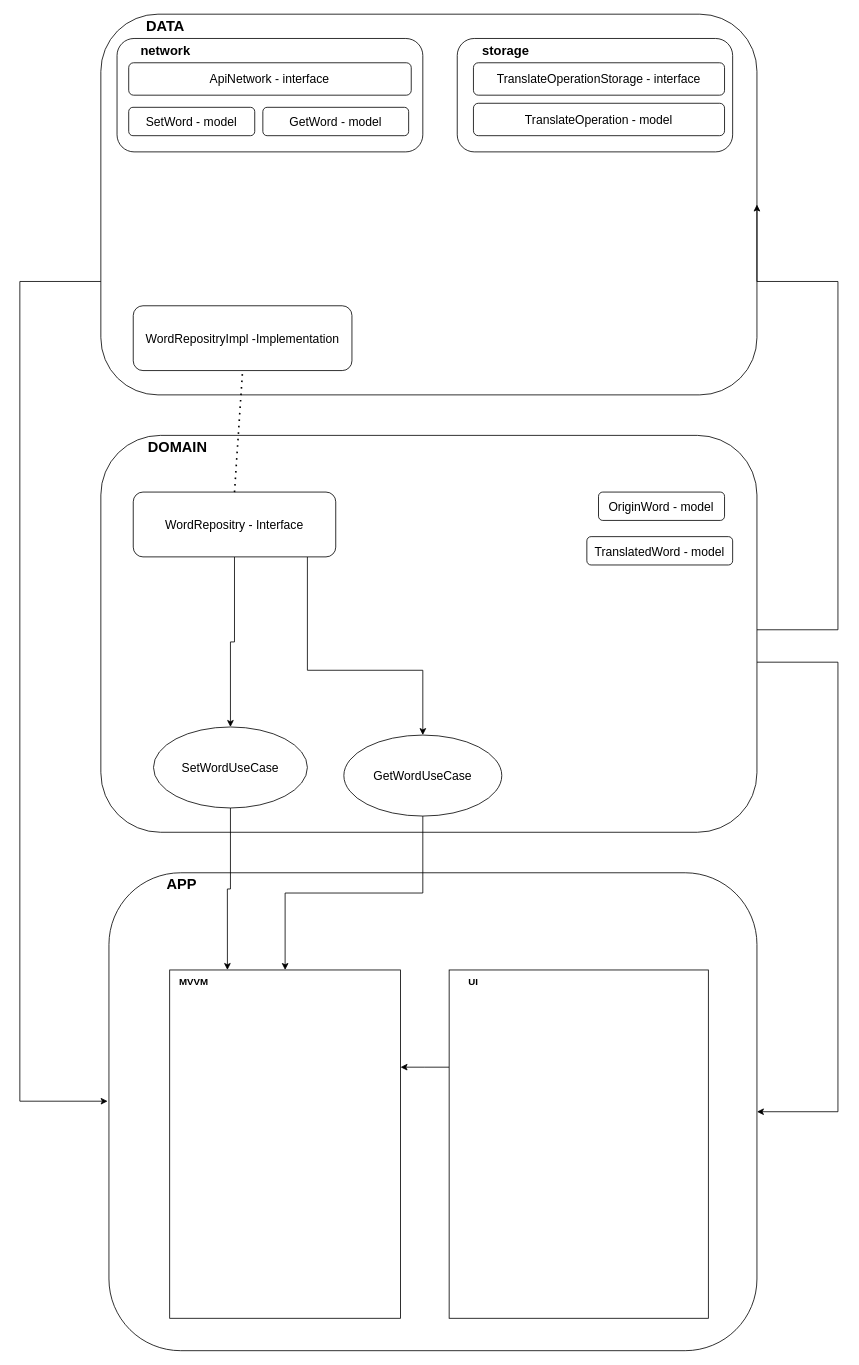
Above: architecture.drawio in borsalinho/translator (draw.io), before the change. Source tidied: cells renumbered, new cells numbered last; positions are measured from the earlier drawing's top-left corner, leaving out a move shared by most shapes. Both pictures are drawn from the tidied source at 81%, with x=0, y=0 at pixel (19, 14).
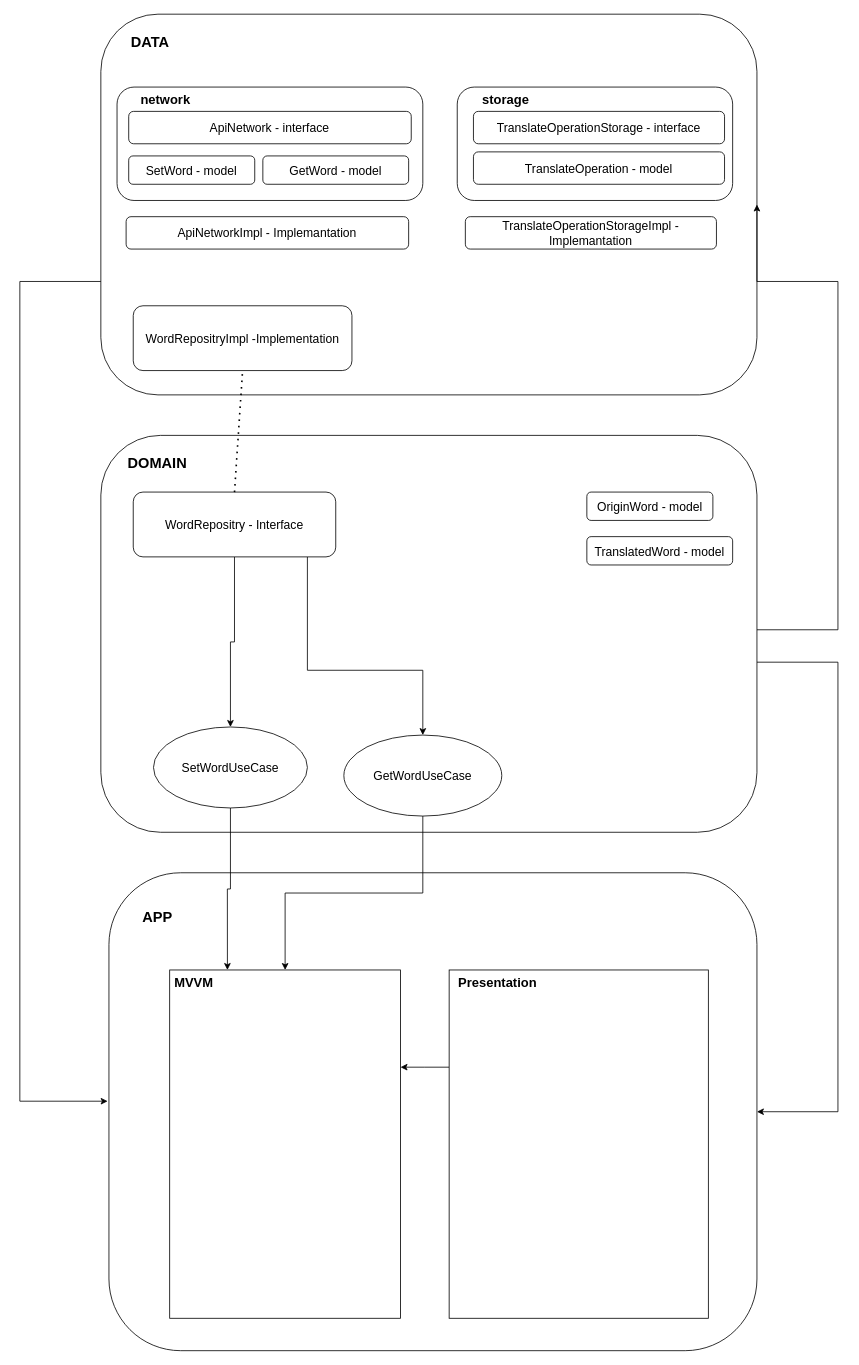
The same diagram, later.

What changed in the source:
```diff
@@
     <mxCell id="4" value="&lt;b style=&quot;font-size: 18px;&quot;&gt;DATA&lt;/b&gt;" style="text;html=1;align=center;verticalAlign=middle;whiteSpace=wrap;rounded=0;fontSize=18;" parent="1" vertex="1">
-      <mxGeometry x="150" width="60" height="30" as="geometry" />
+      <mxGeometry x="131.2" y="20" width="60" height="30" as="geometry" />
     </mxCell>
@@
     <mxCell id="8" value="&lt;b style=&quot;font-size: 18px;&quot;&gt;DOMAIN&lt;/b&gt;" style="text;html=1;align=center;verticalAlign=middle;whiteSpace=wrap;rounded=0;fontSize=18;" parent="1" vertex="1">
-      <mxGeometry x="165" y="520" width="60" height="30" as="geometry" />
+      <mxGeometry x="140" y="540" width="60" height="30" as="geometry" />
     </mxCell>
@@
     <mxCell id="10" value="&lt;b style=&quot;font-size: 18px;&quot;&gt;APP&lt;/b&gt;" style="text;html=1;align=center;verticalAlign=middle;whiteSpace=wrap;rounded=0;fontSize=18;" parent="1" vertex="1">
-      <mxGeometry x="170" y="1060" width="60" height="30" as="geometry" />
+      <mxGeometry x="140" y="1100" width="60" height="30" as="geometry" />
     </mxCell>
@@
-    <mxCell id="12" value="&lt;b&gt;MVVM&lt;/b&gt;" style="text;html=1;align=center;verticalAlign=middle;whiteSpace=wrap;rounded=0;" parent="1" vertex="1">
+    <mxCell id="12" value="&lt;b&gt;&lt;font style=&quot;font-size: 16px;&quot;&gt;MVVM&lt;/font&gt;&lt;/b&gt;" style="text;html=1;align=center;verticalAlign=middle;whiteSpace=wrap;rounded=0;" parent="1" vertex="1">
       <mxGeometry x="185" y="1180" width="60" height="30" as="geometry" />
     </mxCell>
@@
-    <mxCell id="15" value="&lt;b&gt;UI&lt;/b&gt;" style="text;html=1;align=center;verticalAlign=middle;whiteSpace=wrap;rounded=0;" parent="1" vertex="1">
-      <mxGeometry x="530" y="1180" width="60" height="30" as="geometry" />
+    <mxCell id="15" value="&lt;b&gt;&lt;font style=&quot;font-size: 16px;&quot;&gt;Presentation&lt;/font&gt;&lt;/b&gt;" style="text;html=1;align=center;verticalAlign=middle;whiteSpace=wrap;rounded=0;" parent="1" vertex="1">
+      <mxGeometry x="560" y="1180" width="60" height="30" as="geometry" />
     </mxCell>
@@
     <mxCell id="26" style="rounded=1;whiteSpace=wrap;html=1;" parent="1" vertex="1">
-      <mxGeometry x="540" y="30" width="340" height="140" as="geometry" />
+      <mxGeometry x="540" y="90" width="340" height="140" as="geometry" />
     </mxCell>
     <mxCell id="27" value="&lt;b style=&quot;font-size: 16px;&quot;&gt;storage&lt;/b&gt;" style="text;html=1;align=center;verticalAlign=middle;whiteSpace=wrap;rounded=0;fontSize=16;" parent="1" vertex="1">
-      <mxGeometry x="570" y="30" width="60" height="30" as="geometry" />
+      <mxGeometry x="570" y="90" width="60" height="30" as="geometry" />
     </mxCell>
     <mxCell id="28" value="&lt;font style=&quot;font-size: 15px;&quot;&gt;TranslateOperationStorage - interface&lt;/font&gt;" style="rounded=1;whiteSpace=wrap;html=1;" parent="1" vertex="1">
-      <mxGeometry x="560" y="60" width="310" height="40" as="geometry" />
+      <mxGeometry x="560" y="120" width="310" height="40" as="geometry" />
     </mxCell>
     <mxCell id="29" value="&lt;font style=&quot;font-size: 15px;&quot;&gt;TranslateOperation - model&lt;/font&gt;" style="rounded=1;whiteSpace=wrap;html=1;" parent="1" vertex="1">
-      <mxGeometry x="560" y="110" width="310" height="40" as="geometry" />
+      <mxGeometry x="560" y="170" width="310" height="40" as="geometry" />
     </mxCell>
     <mxCell id="30" style="rounded=1;whiteSpace=wrap;html=1;" parent="1" vertex="1">
-      <mxGeometry x="120" y="30" width="377.5" height="140" as="geometry" />
+      <mxGeometry x="120" y="90" width="377.5" height="140" as="geometry" />
     </mxCell>
     <mxCell id="31" value="&lt;b style=&quot;font-size: 16px;&quot;&gt;network&lt;/b&gt;" style="text;html=1;align=center;verticalAlign=middle;whiteSpace=wrap;rounded=0;fontSize=16;" parent="1" vertex="1">
-      <mxGeometry x="150" y="30" width="60" height="30" as="geometry" />
+      <mxGeometry x="150" y="90" width="60" height="30" as="geometry" />
     </mxCell>
     <mxCell id="32" value="&lt;font style=&quot;font-size: 15px;&quot;&gt;ApiNetwork - interface&lt;/font&gt;" style="rounded=1;whiteSpace=wrap;html=1;" parent="1" vertex="1">
-      <mxGeometry x="134.4" y="60" width="348.8" height="40" as="geometry" />
+      <mxGeometry x="134.4" y="120" width="348.8" height="40" as="geometry" />
     </mxCell>
     <mxCell id="33" value="&lt;font style=&quot;font-size: 15px;&quot;&gt;SetWord - model&lt;/font&gt;" style="rounded=1;whiteSpace=wrap;html=1;" parent="1" vertex="1">
-      <mxGeometry x="134.4" y="115" width="155.6" height="35" as="geometry" />
+      <mxGeometry x="134.4" y="175" width="155.6" height="35" as="geometry" />
     </mxCell>
     <mxCell id="34" value="&lt;font style=&quot;font-size: 15px;&quot;&gt;GetWord - model&lt;/font&gt;" style="rounded=1;whiteSpace=wrap;html=1;" parent="1" vertex="1">
-      <mxGeometry x="300" y="115" width="180" height="35" as="geometry" />
+      <mxGeometry x="300" y="175" width="180" height="35" as="geometry" />
     </mxCell>
     <mxCell id="35" value="&lt;font style=&quot;font-size: 15px;&quot;&gt;OriginWord - model&lt;/font&gt;" style="rounded=1;whiteSpace=wrap;html=1;" parent="1" vertex="1">
-      <mxGeometry x="714.4" y="590" width="155.6" height="35" as="geometry" />
+      <mxGeometry x="700" y="590" width="155.6" height="35" as="geometry" />
     </mxCell>
@@
+    <mxCell id="37" value="&lt;font style=&quot;font-size: 15px;&quot;&gt;ApiNetworkImpl - Implemantation&lt;/font&gt;" style="rounded=1;whiteSpace=wrap;html=1;" parent="1" vertex="1">
+      <mxGeometry x="131.2" y="250" width="348.8" height="40" as="geometry" />
+    </mxCell>
+    <mxCell id="38" value="&lt;font style=&quot;font-size: 15px;&quot;&gt;TranslateOperationStorageImpl - Implemantation&lt;/font&gt;" style="rounded=1;whiteSpace=wrap;html=1;" parent="1" vertex="1">
+      <mxGeometry x="550" y="250" width="310" height="40" as="geometry" />
+    </mxCell>
```
